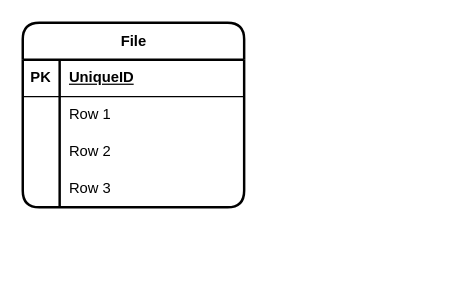
livleensinghchani/ctu-website keeps this draw.io diagram as app/sql/dbSchema.drawio. Above is the earlier version. Source tidied: cells renumbered, new cells numbered last; positions are measured from the earlier drawing's top-left corner, leaving out a move shared by most shapes. Both pictures are drawn from the tidied source at 123%, with x=0, y=0 at pixel (22, 22).
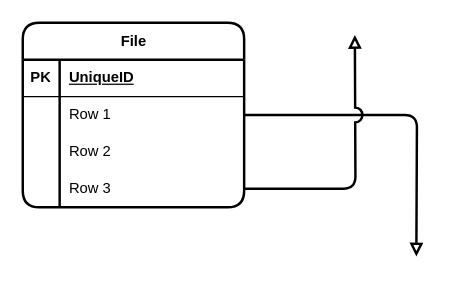
Above is the later version.

The edit, as a diff of the source:
```diff
@@
 <mxGraphModel>
   <root>
     <mxCell id="0" />
     <mxCell id="1" parent="0" />
+    <mxCell id="15" style="edgeStyle=orthogonalEdgeStyle;rounded=1;jettySize=auto;html=1;fontFamily=Helvetica;fontSize=12;fontColor=default;fontStyle=1;strokeWidth=2;endArrow=block;endFill=0;curved=0;" parent="1" edge="1" source="2">
+      <mxGeometry relative="1" as="geometry">
+        <mxPoint x="320" y="190" as="targetPoint" />
+      </mxGeometry>
+    </mxCell>
     <mxCell id="2" value="File" style="shape=table;startSize=30;childLayout=tableLayout;rowLines=0;fontStyle=1;align=center;html=1;rounded=1;strokeWidth=2;" parent="1" vertex="1">
       <mxGeometry width="180" height="150" as="geometry" />
     </mxCell>
     <mxCell id="3" style="shape=tableRow;horizontal=0;startSize=0;swimlaneHead=0;swimlaneBody=0;fillColor=none;top=0;left=0;right=0;bottom=1;" parent="2" vertex="1">
       <mxGeometry y="30" width="180" height="30" as="geometry" />
     </mxCell>
     <mxCell id="4" value="PK" style="shape=partialRectangle;fillColor=none;top=0;left=0;bottom=0;right=0;fontStyle=1;overflow=hidden;whiteSpace=wrap;html=1;" parent="3" vertex="1">
       <mxGeometry width="30" height="30" as="geometry" />
     </mxCell>
     <mxCell id="5" value="UniqueID" style="shape=partialRectangle;fillColor=none;top=0;left=0;bottom=0;right=0;align=left;spacingLeft=6;fontStyle=5;overflow=hidden;whiteSpace=wrap;html=1;" parent="3" vertex="1">
       <mxGeometry x="30" width="150" height="30" as="geometry" />
     </mxCell>
     <mxCell id="6" style="shape=tableRow;horizontal=0;startSize=0;swimlaneHead=0;swimlaneBody=0;fillColor=none;top=0;left=0;right=0;bottom=0;" parent="2" vertex="1">
       <mxGeometry y="60" width="180" height="30" as="geometry" />
     </mxCell>
     <mxCell id="7" style="shape=partialRectangle;fillColor=none;top=0;left=0;bottom=0;right=0;overflow=hidden;whiteSpace=wrap;html=1;" parent="6" vertex="1">
       <mxGeometry width="30" height="30" as="geometry" />
     </mxCell>
     <mxCell id="8" value="Row 1" style="shape=partialRectangle;fillColor=none;top=0;left=0;bottom=0;right=0;align=left;spacingLeft=6;overflow=hidden;whiteSpace=wrap;html=1;" parent="6" vertex="1">
       <mxGeometry x="30" width="150" height="30" as="geometry" />
     </mxCell>
     <mxCell id="9" style="shape=tableRow;horizontal=0;startSize=0;swimlaneHead=0;swimlaneBody=0;fillColor=none;top=0;left=0;right=0;bottom=0;" parent="2" vertex="1">
       <mxGeometry y="90" width="180" height="30" as="geometry" />
     </mxCell>
     <mxCell id="10" style="shape=partialRectangle;fillColor=none;top=0;left=0;bottom=0;right=0;overflow=hidden;whiteSpace=wrap;html=1;" parent="9" vertex="1">
       <mxGeometry width="30" height="30" as="geometry" />
     </mxCell>
     <mxCell id="11" value="Row 2" style="shape=partialRectangle;fillColor=none;top=0;left=0;bottom=0;right=0;align=left;spacingLeft=6;overflow=hidden;whiteSpace=wrap;html=1;" parent="9" vertex="1">
       <mxGeometry x="30" width="150" height="30" as="geometry" />
     </mxCell>
     <mxCell id="12" style="shape=tableRow;horizontal=0;startSize=0;swimlaneHead=0;swimlaneBody=0;fillColor=none;points=[[0,0.5],[1,0.5]];portConstraint=eastwest;top=0;left=0;right=0;bottom=0;" parent="2" vertex="1">
       <mxGeometry y="120" width="180" height="30" as="geometry" />
     </mxCell>
     <mxCell id="13" style="shape=partialRectangle;fillColor=none;top=0;left=0;bottom=0;right=0;overflow=hidden;whiteSpace=wrap;html=1;" parent="12" vertex="1">
       <mxGeometry width="30" height="30" as="geometry" />
     </mxCell>
     <mxCell id="14" value="Row 3" style="shape=partialRectangle;fillColor=none;top=0;left=0;bottom=0;right=0;align=left;spacingLeft=6;overflow=hidden;whiteSpace=wrap;html=1;" parent="12" vertex="1">
       <mxGeometry x="30" width="150" height="30" as="geometry" />
     </mxCell>
+    <mxCell id="16" style="edgeStyle=orthogonalEdgeStyle;curved=0;rounded=1;jettySize=auto;html=1;strokeColor=default;strokeWidth=2;align=center;verticalAlign=middle;fontFamily=Helvetica;fontSize=12;fontColor=default;fontStyle=1;labelBackgroundColor=default;endArrow=block;endFill=0;jumpStyle=arc;jumpSize=10;" parent="1" edge="1" source="12">
+      <mxGeometry relative="1" as="geometry">
+        <mxPoint x="270" y="10" as="targetPoint" />
+      </mxGeometry>
+    </mxCell>
   </root>
 </mxGraphModel>
```
